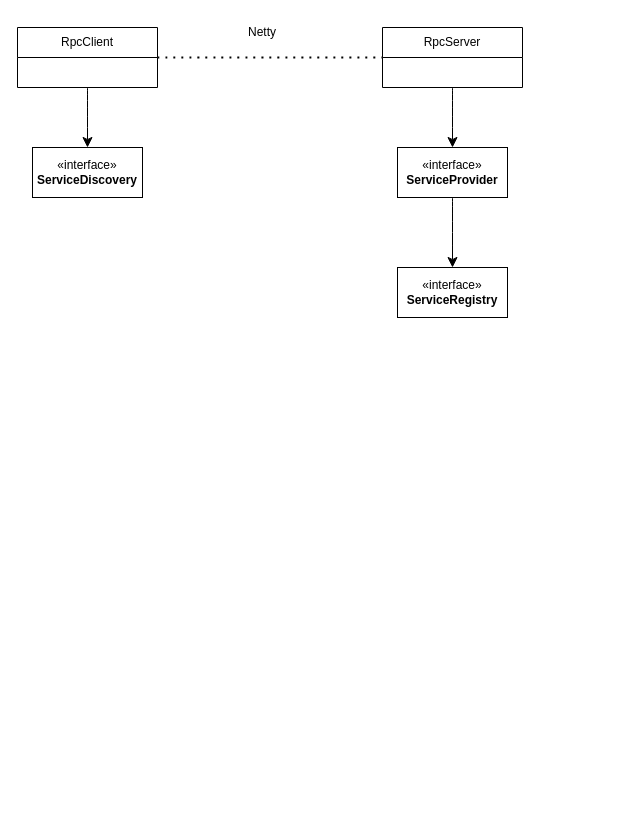
Above: guide-rpc.drawio in whj0512/pic (draw.io), before the change. Source tidied: cells renumbered, new cells numbered last; positions are measured from the earlier drawing's top-left corner, leaving out a move shared by most shapes. Both pictures are drawn from the tidied source at 100%, with x=0, y=0 at pixel (17, 17).
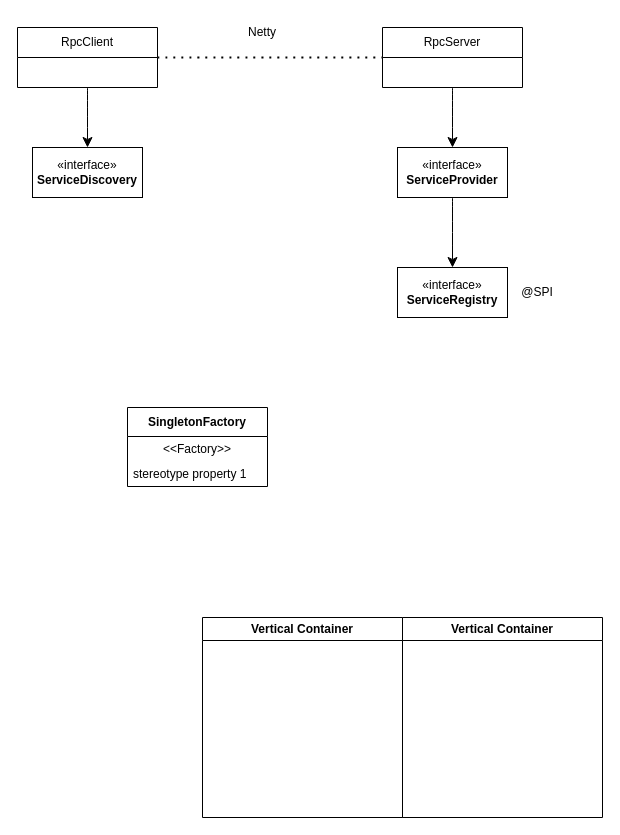
Above is the later version.

Diff of the diagram source:
```diff
@@
 <mxGraphModel>
   <root>
     <mxCell id="0" />
     <mxCell id="1" parent="0" />
     <mxCell id="2" style="edgeStyle=none;curved=1;rounded=0;jettySize=auto;html=1;exitX=0.5;exitY=1;exitDx=0;exitDy=0;fontSize=12;startSize=8;endSize=8;" parent="1" edge="1" source="3" target="4">
       <mxGeometry relative="1" as="geometry" />
     </mxCell>
     <mxCell id="3" value="«interface»&lt;br&gt;&lt;b&gt;ServiceProvider&lt;/b&gt;" style="html=1;whiteSpace=wrap;" parent="1" vertex="1">
       <mxGeometry x="380" y="130" width="110" height="50" as="geometry" />
     </mxCell>
     <mxCell id="4" value="«interface»&lt;br&gt;&lt;b&gt;ServiceRegistry&lt;/b&gt;" style="html=1;whiteSpace=wrap;" parent="1" vertex="1">
       <mxGeometry x="380" y="250" width="110" height="50" as="geometry" />
     </mxCell>
     <mxCell id="5" value="«interface»&lt;br&gt;&lt;b&gt;ServiceDiscovery&lt;/b&gt;" style="html=1;whiteSpace=wrap;" parent="1" vertex="1">
       <mxGeometry x="15" y="130" width="110" height="50" as="geometry" />
     </mxCell>
     <mxCell id="6" style="edgeStyle=none;curved=1;rounded=0;jettySize=auto;html=1;exitX=0.5;exitY=1;exitDx=0;exitDy=0;fontSize=12;startSize=8;endSize=8;" parent="1" edge="1" source="7" target="5">
       <mxGeometry relative="1" as="geometry" />
     </mxCell>
     <mxCell id="7" value="RpcClient" style="swimlane;fontStyle=0;horizontal=1;startSize=30;whiteSpace=wrap;html=1;" parent="1" vertex="1">
       <mxGeometry y="10" width="140" height="60" as="geometry" />
     </mxCell>
     <mxCell id="8" style="edgeStyle=none;curved=1;rounded=0;jettySize=auto;html=1;exitX=0.5;exitY=1;exitDx=0;exitDy=0;fontSize=12;startSize=8;endSize=8;" parent="1" edge="1" source="9" target="3">
       <mxGeometry relative="1" as="geometry" />
     </mxCell>
     <mxCell id="9" value="RpcServer" style="swimlane;fontStyle=0;horizontal=1;startSize=30;whiteSpace=wrap;html=1;" parent="1" vertex="1">
       <mxGeometry x="365" y="10" width="140" height="60" as="geometry" />
     </mxCell>
     <mxCell id="10" style="endArrow=none;dashed=1;html=1;dashPattern=1 3;strokeWidth=2;rounded=0;fontSize=12;startSize=8;endSize=8;curved=1;exitX=1;exitY=0.5;exitDx=0;exitDy=0;entryX=0;entryY=0.5;entryDx=0;entryDy=0;" parent="1" edge="1" source="7" target="9">
       <mxGeometry relative="1" as="geometry" />
     </mxCell>
     <mxCell id="11" value="Netty" style="text;html=1;align=center;verticalAlign=middle;whiteSpace=wrap;rounded=0;" parent="1" vertex="1">
       <mxGeometry x="215" width="60" height="30" as="geometry" />
     </mxCell>
+    <mxCell id="12" value="@SPI" style="text;html=1;align=center;verticalAlign=middle;whiteSpace=wrap;rounded=0;" parent="1" vertex="1">
+      <mxGeometry x="490" y="260" width="60" height="30" as="geometry" />
+    </mxCell>
+    <mxCell id="13" value="SingletonFactory" style="swimlane;fontStyle=1;align=center;verticalAlign=middle;horizontal=1;startSize=29;html=1;whiteSpace=wrap;" parent="1" vertex="1">
+      <mxGeometry x="110" y="390" width="140" height="79" as="geometry" />
+    </mxCell>
+    <mxCell id="14" value="&amp;lt;&amp;lt;Factory&amp;gt;&amp;gt;" style="text;html=1;strokeColor=none;fillColor=none;align=center;verticalAlign=middle;spacingLeft=4;spacingRight=4;overflow=hidden;whiteSpace=wrap;" parent="13" vertex="1">
+      <mxGeometry y="29" width="140" height="25" as="geometry" />
+    </mxCell>
+    <mxCell id="15" value="stereotype property 1" style="text;html=1;strokeColor=none;fillColor=none;align=left;verticalAlign=middle;spacingLeft=4;spacingRight=4;overflow=hidden;whiteSpace=wrap;" parent="13" vertex="1">
+      <mxGeometry y="54" width="140" height="25" as="geometry" />
+    </mxCell>
+    <mxCell id="16" value="Vertical Container" style="swimlane;whiteSpace=wrap;html=1;" parent="1" vertex="1">
+      <mxGeometry x="185" y="600" width="200" height="200" as="geometry" />
+    </mxCell>
+    <mxCell id="17" value="Vertical Container" style="swimlane;whiteSpace=wrap;html=1;" parent="1" vertex="1">
+      <mxGeometry x="385" y="600" width="200" height="200" as="geometry" />
+    </mxCell>
   </root>
 </mxGraphModel>
```
